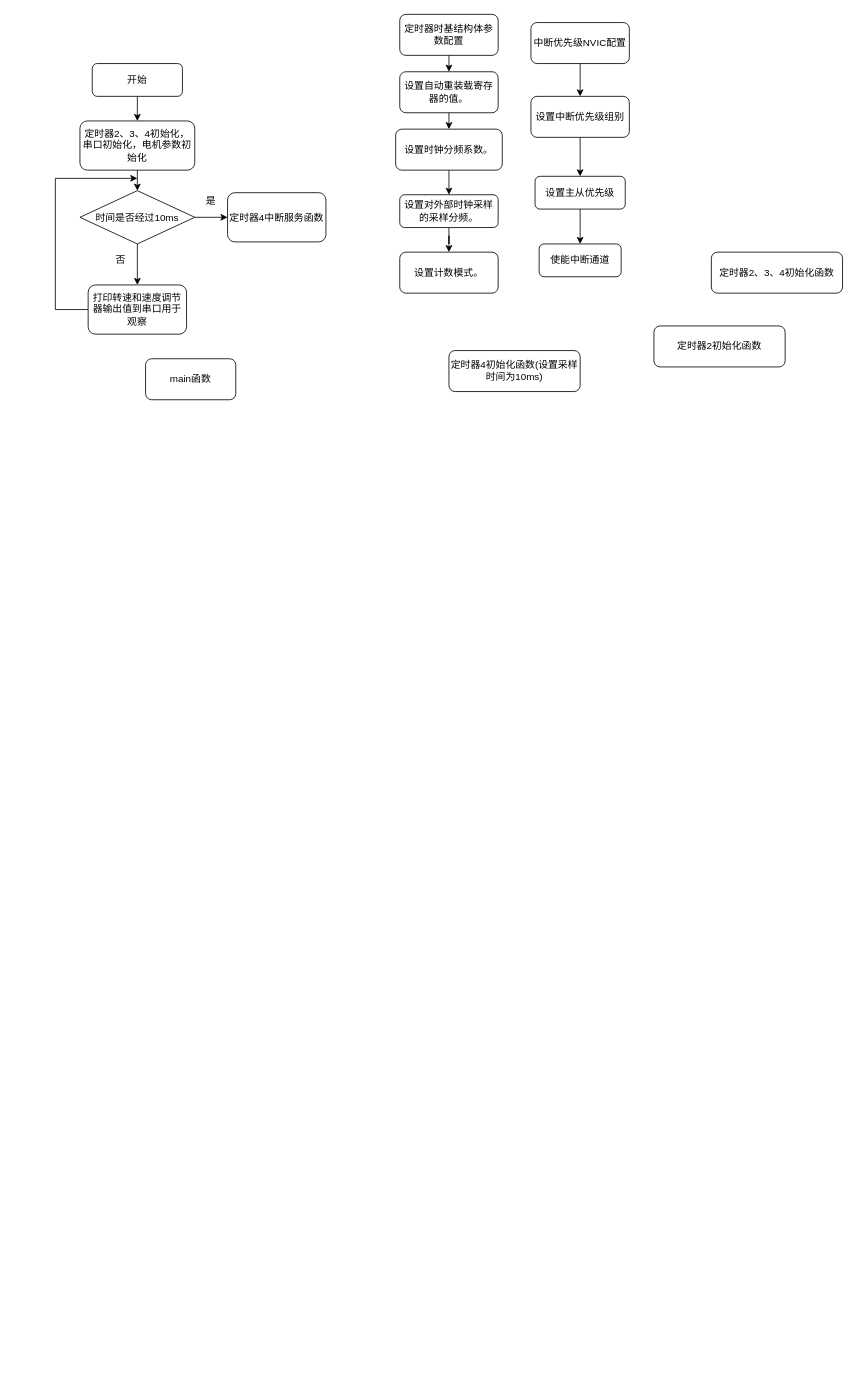
Above: Untitled Diagram.drawio in mj-allk/mjalk (draw.io), before the change. Source tidied: cells renumbered, new cells numbered last; positions are measured from the earlier drawing's top-left corner, leaving out a move shared by most shapes. Both pictures are drawn from the tidied source at 82%, with x=0, y=0 at pixel (55, 14).
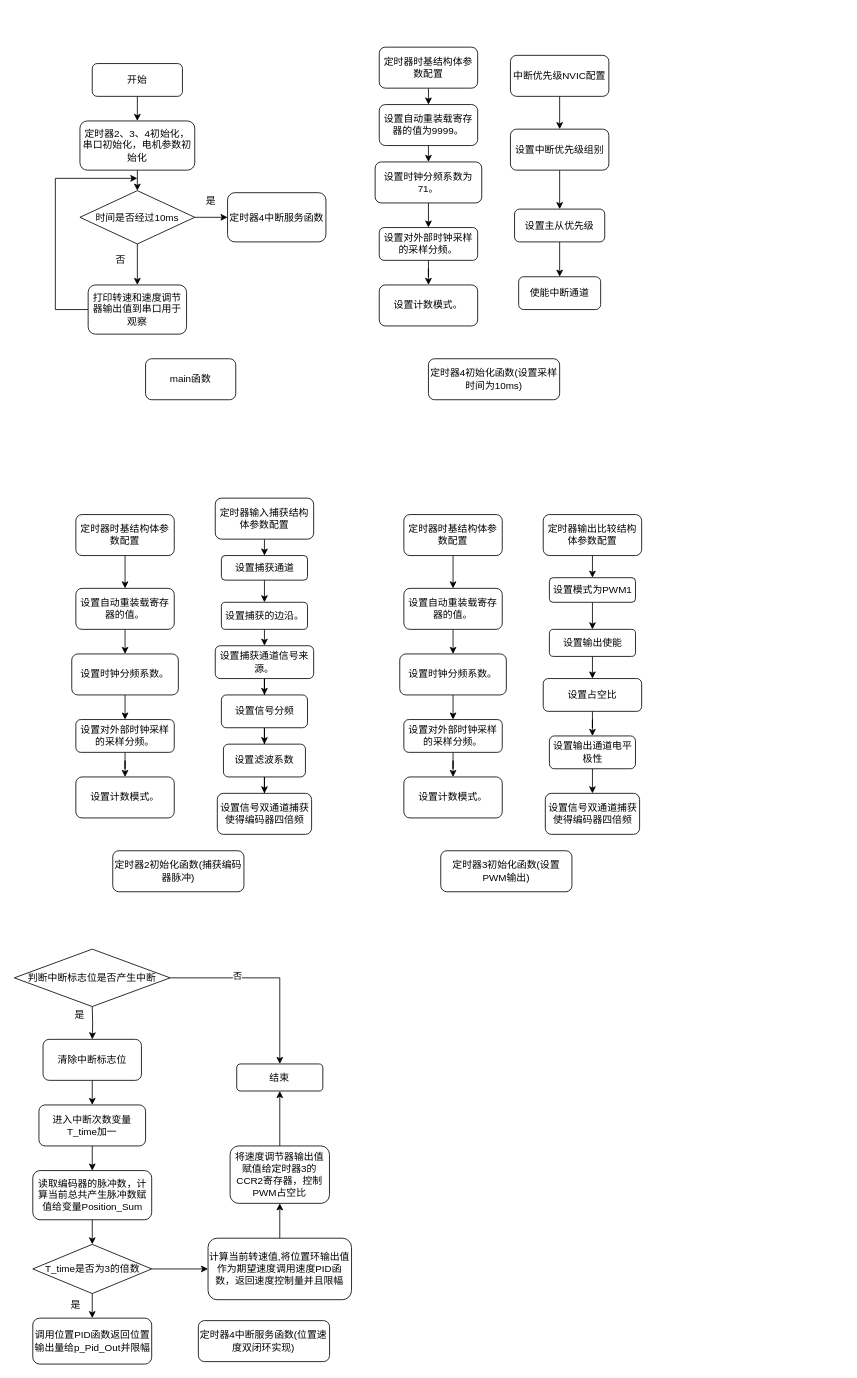
Above is the later version.

Diff of the diagram source:
```diff
@@
     <mxCell id="5" value="设置对外部时钟采样的采样分频。" style="rounded=1;whiteSpace=wrap;html=1;" parent="1" vertex="1">
-      <mxGeometry x="420" y="220" width="120" height="40" as="geometry" />
+      <mxGeometry x="395" y="260" width="120" height="40" as="geometry" />
     </mxCell>
@@
-    <mxCell id="7" value="设置时钟分频系数。" style="rounded=1;whiteSpace=wrap;html=1;" parent="1" vertex="1">
-      <mxGeometry x="415" y="140" width="130" height="50" as="geometry" />
+    <mxCell id="7" value="设置时钟分频系数为71。" style="rounded=1;whiteSpace=wrap;html=1;" parent="1" vertex="1">
+      <mxGeometry x="390" y="180" width="130" height="50" as="geometry" />
     </mxCell>
@@
-    <mxCell id="9" value="设置自动重装载寄存器的值。" style="rounded=1;whiteSpace=wrap;html=1;" parent="1" vertex="1">
-      <mxGeometry x="420" y="70" width="120" height="50" as="geometry" />
+    <mxCell id="9" value="设置自动重装载寄存器的值为9999。" style="rounded=1;whiteSpace=wrap;html=1;" parent="1" vertex="1">
+      <mxGeometry x="395" y="110" width="120" height="50" as="geometry" />
     </mxCell>
     <mxCell id="10" value="定时器4初始化函数(设置采样时间为10ms)" style="rounded=1;whiteSpace=wrap;html=1;" parent="1" vertex="1">
-      <mxGeometry x="480" y="410" width="160" height="50" as="geometry" />
+      <mxGeometry x="455" y="420" width="160" height="50" as="geometry" />
     </mxCell>
@@
     <mxCell id="22" value="设置计数模式。" style="rounded=1;whiteSpace=wrap;html=1;" parent="1" vertex="1">
-      <mxGeometry x="420" y="290" width="120" height="50" as="geometry" />
+      <mxGeometry x="395" y="330" width="120" height="50" as="geometry" />
     </mxCell>
     <mxCell id="23" value="使能中断通道" style="rounded=1;whiteSpace=wrap;html=1;" parent="1" vertex="1">
-      <mxGeometry x="590" y="280" width="100" height="40" as="geometry" />
+      <mxGeometry x="565" y="320" width="100" height="40" as="geometry" />
     </mxCell>
@@
     <mxCell id="25" value="设置主从优先级" style="rounded=1;whiteSpace=wrap;html=1;" parent="1" vertex="1">
-      <mxGeometry x="585" y="197.5" width="110" height="40" as="geometry" />
+      <mxGeometry x="560" y="237.5" width="110" height="40" as="geometry" />
     </mxCell>
@@
     <mxCell id="27" value="设置中断优先级组别" style="rounded=1;whiteSpace=wrap;html=1;" parent="1" vertex="1">
-      <mxGeometry x="580" y="100" width="120" height="50" as="geometry" />
+      <mxGeometry x="555" y="140" width="120" height="50" as="geometry" />
     </mxCell>
@@
     <mxCell id="29" value="中断优先级NVIC配置" style="rounded=1;whiteSpace=wrap;html=1;" parent="1" vertex="1">
-      <mxGeometry x="580" y="10" width="120" height="50" as="geometry" />
+      <mxGeometry x="555" y="50" width="120" height="50" as="geometry" />
     </mxCell>
@@
     <mxCell id="31" value="定时器时基结构体参数配置" style="rounded=1;whiteSpace=wrap;html=1;" parent="1" vertex="1">
-      <mxGeometry x="420" width="120" height="50" as="geometry" />
+      <mxGeometry x="395" y="40" width="120" height="50" as="geometry" />
     </mxCell>
-    <mxCell id="32" value="定时器2、3、4初始化函数" style="rounded=1;whiteSpace=wrap;html=1;" parent="1" vertex="1">
-      <mxGeometry x="800" y="290" width="160" height="50" as="geometry" />
-    </mxCell>
-    <mxCell id="33" value="定时器2初始化函数" style="rounded=1;whiteSpace=wrap;html=1;" parent="1" vertex="1">
-      <mxGeometry x="730" y="380" width="160" height="50" as="geometry" />
+    <mxCell id="33" value="定时器2初始化函数(捕获编码器脉冲)" style="rounded=1;whiteSpace=wrap;html=1;" parent="1" vertex="1">
+      <mxGeometry x="70" y="1020" width="160" height="50" as="geometry" />
     </mxCell>
+    <mxCell id="34" style="edgeStyle=orthogonalEdgeStyle;rounded=0;jettySize=auto;html=1;" parent="1" edge="1" source="35" target="40">
+      <mxGeometry relative="1" as="geometry" />
+    </mxCell>
+    <mxCell id="35" value="设置对外部时钟采样的采样分频。" style="rounded=1;whiteSpace=wrap;html=1;" parent="1" vertex="1">
+      <mxGeometry x="25" y="860" width="120" height="40" as="geometry" />
+    </mxCell>
+    <mxCell id="36" style="edgeStyle=orthogonalEdgeStyle;rounded=0;jettySize=auto;html=1;exitX=0.5;exitY=1;exitDx=0;exitDy=0;entryX=0.5;entryY=0;entryDx=0;entryDy=0;" parent="1" edge="1" source="37" target="35">
+      <mxGeometry relative="1" as="geometry" />
+    </mxCell>
+    <mxCell id="37" value="设置时钟分频系数。" style="rounded=1;whiteSpace=wrap;html=1;" parent="1" vertex="1">
+      <mxGeometry x="20" y="780" width="130" height="50" as="geometry" />
+    </mxCell>
+    <mxCell id="38" style="edgeStyle=orthogonalEdgeStyle;rounded=0;jettySize=auto;html=1;exitX=0.5;exitY=1;exitDx=0;exitDy=0;entryX=0.5;entryY=0;entryDx=0;entryDy=0;" parent="1" edge="1" source="39" target="37">
+      <mxGeometry relative="1" as="geometry" />
+    </mxCell>
+    <mxCell id="39" value="设置自动重装载寄存器的值。" style="rounded=1;whiteSpace=wrap;html=1;" parent="1" vertex="1">
+      <mxGeometry x="25" y="700" width="120" height="50" as="geometry" />
+    </mxCell>
+    <mxCell id="40" value="设置计数模式。" style="rounded=1;whiteSpace=wrap;html=1;" parent="1" vertex="1">
+      <mxGeometry x="25" y="930" width="120" height="50" as="geometry" />
+    </mxCell>
+    <mxCell id="41" style="edgeStyle=orthogonalEdgeStyle;rounded=0;jettySize=auto;html=1;exitX=0.5;exitY=1;exitDx=0;exitDy=0;entryX=0.5;entryY=0;entryDx=0;entryDy=0;" parent="1" edge="1" source="42" target="39">
+      <mxGeometry relative="1" as="geometry" />
+    </mxCell>
+    <mxCell id="42" value="定时器时基结构体参数配置" style="rounded=1;whiteSpace=wrap;html=1;" parent="1" vertex="1">
+      <mxGeometry x="25" y="610" width="120" height="50" as="geometry" />
+    </mxCell>
+    <mxCell id="43" style="edgeStyle=orthogonalEdgeStyle;rounded=0;jettySize=auto;html=1;" parent="1" edge="1" source="44" target="50">
+      <mxGeometry relative="1" as="geometry" />
+    </mxCell>
+    <mxCell id="44" value="设置捕获通道信号来源。" style="rounded=1;whiteSpace=wrap;html=1;" parent="1" vertex="1">
+      <mxGeometry x="195" y="770" width="120" height="40" as="geometry" />
+    </mxCell>
+    <mxCell id="45" style="edgeStyle=orthogonalEdgeStyle;rounded=0;jettySize=auto;html=1;exitX=0.5;exitY=1;exitDx=0;exitDy=0;entryX=0.5;entryY=0;entryDx=0;entryDy=0;" parent="1" edge="1" source="46" target="44">
+      <mxGeometry relative="1" as="geometry" />
+    </mxCell>
+    <mxCell id="46" value="设置捕获的边沿。" style="rounded=1;whiteSpace=wrap;html=1;" parent="1" vertex="1">
+      <mxGeometry x="202.5" y="717" width="105" height="33" as="geometry" />
+    </mxCell>
+    <mxCell id="47" style="edgeStyle=orthogonalEdgeStyle;rounded=0;jettySize=auto;html=1;exitX=0.5;exitY=1;exitDx=0;exitDy=0;entryX=0.5;entryY=0;entryDx=0;entryDy=0;" parent="1" edge="1" source="48" target="46">
+      <mxGeometry relative="1" as="geometry" />
+    </mxCell>
+    <mxCell id="48" value="设置捕获通道" style="rounded=1;whiteSpace=wrap;html=1;" parent="1" vertex="1">
+      <mxGeometry x="202.5" y="660" width="105" height="30" as="geometry" />
+    </mxCell>
+    <mxCell id="49" style="edgeStyle=orthogonalEdgeStyle;rounded=0;jettySize=auto;html=1;" parent="1" edge="1" source="50" target="54">
+      <mxGeometry relative="1" as="geometry" />
+    </mxCell>
+    <mxCell id="50" value="设置信号分频" style="rounded=1;whiteSpace=wrap;html=1;" parent="1" vertex="1">
+      <mxGeometry x="202.5" y="830" width="105" height="40" as="geometry" />
+    </mxCell>
+    <mxCell id="51" style="edgeStyle=orthogonalEdgeStyle;rounded=0;jettySize=auto;html=1;exitX=0.5;exitY=1;exitDx=0;exitDy=0;entryX=0.5;entryY=0;entryDx=0;entryDy=0;" parent="1" edge="1" source="52" target="48">
+      <mxGeometry relative="1" as="geometry" />
+    </mxCell>
+    <mxCell id="52" value="定时器输入捕获结构体参数配置" style="rounded=1;whiteSpace=wrap;html=1;" parent="1" vertex="1">
+      <mxGeometry x="195" y="590" width="120" height="50" as="geometry" />
+    </mxCell>
+    <mxCell id="53" style="edgeStyle=orthogonalEdgeStyle;rounded=0;jettySize=auto;html=1;" parent="1" edge="1" source="54" target="55">
+      <mxGeometry relative="1" as="geometry" />
+    </mxCell>
+    <mxCell id="54" value="设置滤波系数" style="rounded=1;whiteSpace=wrap;html=1;" parent="1" vertex="1">
+      <mxGeometry x="205" y="890" width="100" height="40" as="geometry" />
+    </mxCell>
+    <mxCell id="55" value="设置信号双通道捕获使得编码器四倍频" style="rounded=1;whiteSpace=wrap;html=1;" parent="1" vertex="1">
+      <mxGeometry x="197.5" y="950" width="115" height="50" as="geometry" />
+    </mxCell>
+    <mxCell id="56" value="定时器3初始化函数(设置PWM输出)" style="rounded=1;whiteSpace=wrap;html=1;" parent="1" vertex="1">
+      <mxGeometry x="470" y="1020" width="160" height="50" as="geometry" />
+    </mxCell>
+    <mxCell id="57" style="edgeStyle=orthogonalEdgeStyle;rounded=0;jettySize=auto;html=1;" parent="1" edge="1" source="58" target="63">
+      <mxGeometry relative="1" as="geometry" />
+    </mxCell>
+    <mxCell id="58" value="设置对外部时钟采样的采样分频。" style="rounded=1;whiteSpace=wrap;html=1;" parent="1" vertex="1">
+      <mxGeometry x="425" y="860" width="120" height="40" as="geometry" />
+    </mxCell>
+    <mxCell id="59" style="edgeStyle=orthogonalEdgeStyle;rounded=0;jettySize=auto;html=1;exitX=0.5;exitY=1;exitDx=0;exitDy=0;entryX=0.5;entryY=0;entryDx=0;entryDy=0;" parent="1" edge="1" source="60" target="58">
+      <mxGeometry relative="1" as="geometry" />
+    </mxCell>
+    <mxCell id="60" value="设置时钟分频系数。" style="rounded=1;whiteSpace=wrap;html=1;" parent="1" vertex="1">
+      <mxGeometry x="420" y="780" width="130" height="50" as="geometry" />
+    </mxCell>
+    <mxCell id="61" style="edgeStyle=orthogonalEdgeStyle;rounded=0;jettySize=auto;html=1;exitX=0.5;exitY=1;exitDx=0;exitDy=0;entryX=0.5;entryY=0;entryDx=0;entryDy=0;" parent="1" edge="1" source="62" target="60">
+      <mxGeometry relative="1" as="geometry" />
+    </mxCell>
+    <mxCell id="62" value="设置自动重装载寄存器的值。" style="rounded=1;whiteSpace=wrap;html=1;" parent="1" vertex="1">
+      <mxGeometry x="425" y="700" width="120" height="50" as="geometry" />
+    </mxCell>
+    <mxCell id="63" value="设置计数模式。" style="rounded=1;whiteSpace=wrap;html=1;" parent="1" vertex="1">
+      <mxGeometry x="425" y="930" width="120" height="50" as="geometry" />
+    </mxCell>
+    <mxCell id="64" style="edgeStyle=orthogonalEdgeStyle;rounded=0;jettySize=auto;html=1;exitX=0.5;exitY=1;exitDx=0;exitDy=0;entryX=0.5;entryY=0;entryDx=0;entryDy=0;" parent="1" edge="1" source="65" target="62">
+      <mxGeometry relative="1" as="geometry" />
+    </mxCell>
+    <mxCell id="65" value="定时器时基结构体参数配置" style="rounded=1;whiteSpace=wrap;html=1;" parent="1" vertex="1">
+      <mxGeometry x="425" y="610" width="120" height="50" as="geometry" />
+    </mxCell>
+    <mxCell id="66" style="edgeStyle=orthogonalEdgeStyle;rounded=0;jettySize=auto;html=1;" parent="1" edge="1" source="67" target="73">
+      <mxGeometry relative="1" as="geometry" />
+    </mxCell>
+    <mxCell id="67" value="设置占空比" style="rounded=1;whiteSpace=wrap;html=1;" parent="1" vertex="1">
+      <mxGeometry x="595" y="810" width="120" height="40" as="geometry" />
+    </mxCell>
+    <mxCell id="68" style="edgeStyle=orthogonalEdgeStyle;rounded=0;jettySize=auto;html=1;exitX=0.5;exitY=1;exitDx=0;exitDy=0;entryX=0.5;entryY=0;entryDx=0;entryDy=0;" parent="1" edge="1" source="69" target="67">
+      <mxGeometry relative="1" as="geometry" />
+    </mxCell>
+    <mxCell id="69" value="设置输出使能" style="rounded=1;whiteSpace=wrap;html=1;" parent="1" vertex="1">
+      <mxGeometry x="602.5" y="750" width="105" height="33" as="geometry" />
+    </mxCell>
+    <mxCell id="70" style="edgeStyle=orthogonalEdgeStyle;rounded=0;jettySize=auto;html=1;exitX=0.5;exitY=1;exitDx=0;exitDy=0;entryX=0.5;entryY=0;entryDx=0;entryDy=0;" parent="1" edge="1" source="71" target="69">
+      <mxGeometry relative="1" as="geometry" />
+    </mxCell>
+    <mxCell id="71" value="设置模式为PWM1" style="rounded=1;whiteSpace=wrap;html=1;" parent="1" vertex="1">
+      <mxGeometry x="602.5" y="687" width="105" height="30" as="geometry" />
+    </mxCell>
+    <mxCell id="72" style="edgeStyle=orthogonalEdgeStyle;rounded=0;jettySize=auto;html=1;exitX=0.5;exitY=1;exitDx=0;exitDy=0;entryX=0.5;entryY=0;entryDx=0;entryDy=0;" parent="1" edge="1" source="73" target="76">
+      <mxGeometry relative="1" as="geometry" />
+    </mxCell>
+    <mxCell id="73" value="&lt;p&gt;设置输出通道电平极性&lt;br&gt;&lt;/p&gt;" style="rounded=1;whiteSpace=wrap;html=1;" parent="1" vertex="1">
+      <mxGeometry x="602.5" y="880" width="105" height="40" as="geometry" />
+    </mxCell>
+    <mxCell id="74" style="edgeStyle=orthogonalEdgeStyle;rounded=0;jettySize=auto;html=1;exitX=0.5;exitY=1;exitDx=0;exitDy=0;entryX=0.5;entryY=0;entryDx=0;entryDy=0;" parent="1" edge="1" source="75" target="71">
+      <mxGeometry relative="1" as="geometry" />
+    </mxCell>
+    <mxCell id="75" value="定时器输出比较结构体参数配置" style="rounded=1;whiteSpace=wrap;html=1;" parent="1" vertex="1">
+      <mxGeometry x="595" y="610" width="120" height="50" as="geometry" />
+    </mxCell>
+    <mxCell id="76" value="设置信号双通道捕获使得编码器四倍频" style="rounded=1;whiteSpace=wrap;html=1;" parent="1" vertex="1">
+      <mxGeometry x="597.5" y="950" width="115" height="50" as="geometry" />
+    </mxCell>
+    <mxCell id="77" value="定时器4中断服务函数(位置速度双闭环实现)" style="rounded=1;whiteSpace=wrap;html=1;" parent="1" vertex="1">
+      <mxGeometry x="174.4" y="1593" width="160" height="50" as="geometry" />
+    </mxCell>
+    <mxCell id="78" style="edgeStyle=orthogonalEdgeStyle;rounded=0;jettySize=auto;html=1;exitX=0.5;exitY=1;exitDx=0;exitDy=0;entryX=0.5;entryY=0;entryDx=0;entryDy=0;" parent="1" edge="1" source="79" target="98">
+      <mxGeometry relative="1" as="geometry" />
+    </mxCell>
+    <mxCell id="79" value="进入中断次数变量T_time加一" style="rounded=1;whiteSpace=wrap;html=1;" parent="1" vertex="1">
+      <mxGeometry x="-20" y="1330" width="130" height="50" as="geometry" />
+    </mxCell>
+    <mxCell id="80" style="edgeStyle=orthogonalEdgeStyle;rounded=0;jettySize=auto;html=1;exitX=0.5;exitY=1;exitDx=0;exitDy=0;entryX=0.5;entryY=0;entryDx=0;entryDy=0;" parent="1" edge="1" source="81" target="79">
+      <mxGeometry relative="1" as="geometry" />
+    </mxCell>
+    <mxCell id="81" value="清除中断标志位" style="rounded=1;whiteSpace=wrap;html=1;" parent="1" vertex="1">
+      <mxGeometry x="-15" y="1250" width="120" height="50" as="geometry" />
+    </mxCell>
+    <mxCell id="82" value="调用位置PID函数返回位置输出量给p_Pid_Out并限幅" style="rounded=1;whiteSpace=wrap;html=1;" parent="1" vertex="1">
+      <mxGeometry x="-27.5" y="1590" width="145" height="56" as="geometry" />
+    </mxCell>
+    <mxCell id="83" style="edgeStyle=orthogonalEdgeStyle;rounded=0;jettySize=auto;html=1;exitX=0.5;exitY=1;exitDx=0;exitDy=0;entryX=0.5;entryY=0;entryDx=0;entryDy=0;" parent="1" edge="1" target="81">
+      <mxGeometry relative="1" as="geometry">
+        <mxPoint x="45" y="1210" as="sourcePoint" />
+      </mxGeometry>
+    </mxCell>
+    <mxCell id="84" value="结束" style="rounded=1;whiteSpace=wrap;html=1;" parent="1" vertex="1">
+      <mxGeometry x="221.2" y="1280" width="105" height="33" as="geometry" />
+    </mxCell>
+    <mxCell id="85" style="edgeStyle=orthogonalEdgeStyle;rounded=0;jettySize=auto;html=1;exitX=0.5;exitY=0;exitDx=0;exitDy=0;entryX=0.5;entryY=1;entryDx=0;entryDy=0;" parent="1" edge="1" source="86" target="84">
+      <mxGeometry relative="1" as="geometry" />
+    </mxCell>
+    <mxCell id="86" value="将速度调节器输出值赋值给定时器3的CCR2寄存器，控制PWM占空比" style="rounded=1;whiteSpace=wrap;html=1;" parent="1" vertex="1">
+      <mxGeometry x="213.1" y="1380" width="121.2" height="70" as="geometry" />
+    </mxCell>
+    <mxCell id="87" style="edgeStyle=orthogonalEdgeStyle;rounded=0;jettySize=auto;html=1;exitX=0.5;exitY=0;exitDx=0;exitDy=0;entryX=0.5;entryY=1;entryDx=0;entryDy=0;" parent="1" edge="1" source="88" target="86">
+      <mxGeometry relative="1" as="geometry" />
+    </mxCell>
+    <mxCell id="88" value="计算当前转速值,将位置环输出值作为期望速度调用速度PID函数，返回速度控制量并且限幅" style="rounded=1;whiteSpace=wrap;html=1;" parent="1" vertex="1">
+      <mxGeometry x="186.2" y="1492.5" width="175" height="75" as="geometry" />
+    </mxCell>
+    <mxCell id="89" style="edgeStyle=orthogonalEdgeStyle;rounded=0;jettySize=auto;html=1;exitX=1;exitY=0.5;exitDx=0;exitDy=0;entryX=0.5;entryY=0;entryDx=0;entryDy=0;" parent="1" edge="1" source="91" target="84">
+      <mxGeometry relative="1" as="geometry" />
+    </mxCell>
+    <mxCell id="90" value="否" style="edgeLabel;html=1;align=center;verticalAlign=middle;" parent="89" vertex="1">
+      <mxGeometry x="-0.32" y="3" relative="1" as="geometry" />
+    </mxCell>
+    <mxCell id="91" value="&lt;span style=&quot;&quot;&gt;判断中断标志位是否产生中断&lt;/span&gt;" style="rhombus;whiteSpace=wrap;html=1;" parent="1" vertex="1">
+      <mxGeometry x="-50" y="1140" width="190" height="70" as="geometry" />
+    </mxCell>
+    <mxCell id="92" value="是" style="text;html=1;strokeColor=none;fillColor=none;align=center;verticalAlign=middle;whiteSpace=wrap;rounded=0;" parent="1" vertex="1">
+      <mxGeometry x="10" y="1210" width="40" height="20" as="geometry" />
+    </mxCell>
+    <mxCell id="93" style="edgeStyle=orthogonalEdgeStyle;rounded=0;jettySize=auto;html=1;exitX=0.5;exitY=1;exitDx=0;exitDy=0;entryX=0.5;entryY=0;entryDx=0;entryDy=0;" parent="1" edge="1" source="95" target="82">
+      <mxGeometry relative="1" as="geometry" />
+    </mxCell>
+    <mxCell id="94" style="edgeStyle=orthogonalEdgeStyle;rounded=0;jettySize=auto;html=1;exitX=1;exitY=0.5;exitDx=0;exitDy=0;entryX=0;entryY=0.5;entryDx=0;entryDy=0;" parent="1" edge="1" source="95" target="88">
+      <mxGeometry relative="1" as="geometry" />
+    </mxCell>
+    <mxCell id="95" value="T_time是否为3的倍数" style="rhombus;whiteSpace=wrap;html=1;" parent="1" vertex="1">
+      <mxGeometry x="-27.5" y="1500" width="145" height="60" as="geometry" />
+    </mxCell>
+    <mxCell id="96" value="是" style="text;html=1;strokeColor=none;fillColor=none;align=center;verticalAlign=middle;whiteSpace=wrap;rounded=0;" parent="1" vertex="1">
+      <mxGeometry x="5" y="1564" width="40" height="20" as="geometry" />
+    </mxCell>
+    <mxCell id="97" style="edgeStyle=orthogonalEdgeStyle;rounded=0;jettySize=auto;html=1;exitX=0.5;exitY=1;exitDx=0;exitDy=0;entryX=0.5;entryY=0;entryDx=0;entryDy=0;" parent="1" edge="1" source="98" target="95">
+      <mxGeometry relative="1" as="geometry" />
+    </mxCell>
+    <mxCell id="98" value="读取编码器的脉冲数，计算当前总共产生脉冲数赋值给变量Position_Sum" style="rounded=1;whiteSpace=wrap;html=1;" parent="1" vertex="1">
+      <mxGeometry x="-27.5" y="1410" width="145" height="60" as="geometry" />
+    </mxCell>
```
